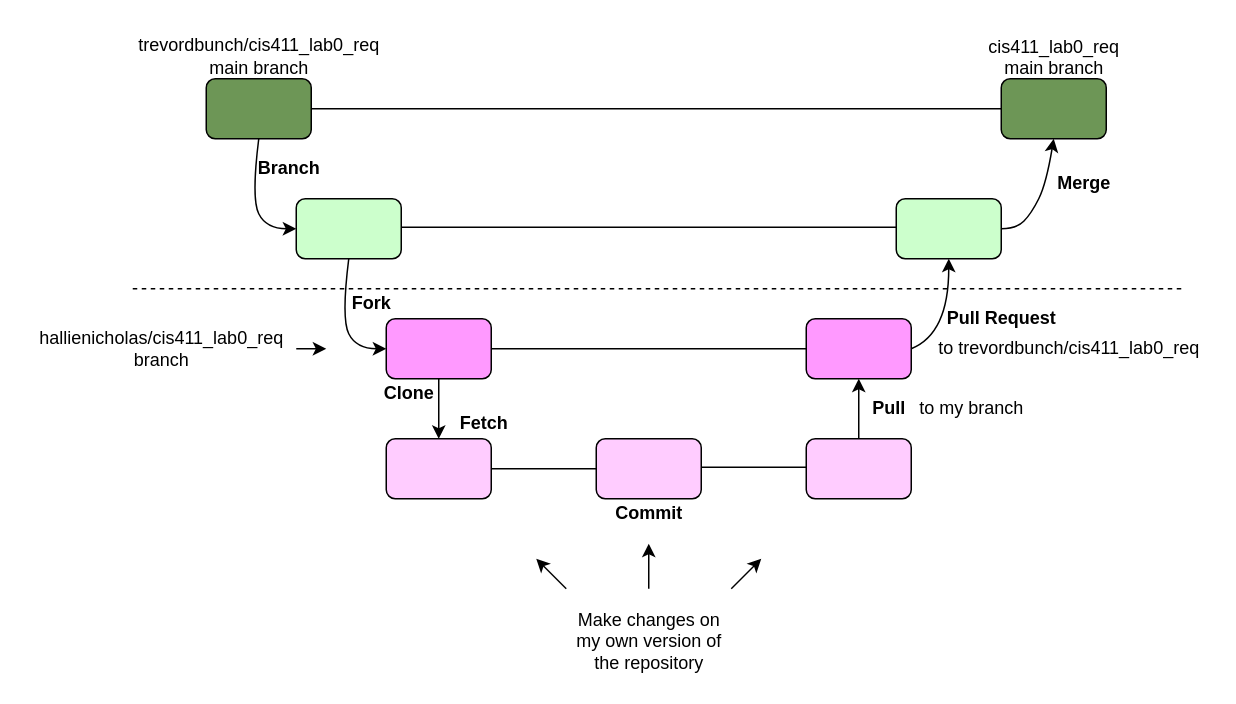
Above: labreports/extra_credit.drawio in trevordbunch/cis411_lab0_req (draw.io), before the change. Source tidied: cells renumbered, new cells numbered last; positions are measured from the earlier drawing's top-left corner, leaving out a move shared by most shapes. Both pictures are drawn from the tidied source at 150%, with x=0, y=0 at pixel (26, 26).
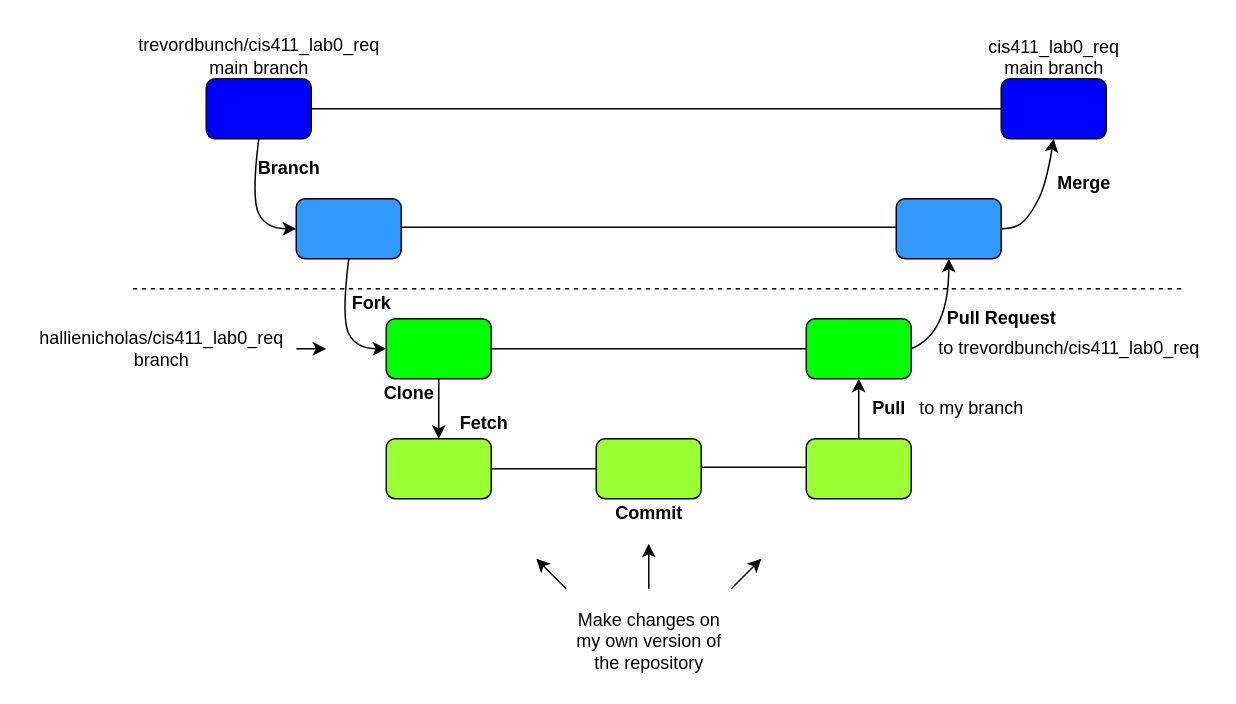
After the change.

The edit, as a diff of the source:
```diff
@@
-    <mxCell id="2" style="rounded=1;whiteSpace=wrap;html=1;fillColor=#6D9656;" parent="1" vertex="1">
+    <mxCell id="2" style="rounded=1;whiteSpace=wrap;html=1;fillColor=#0000FF;" parent="1" vertex="1">
       <mxGeometry x="120" y="35" width="70" height="40" as="geometry" />
     </mxCell>
-    <mxCell id="3" style="rounded=1;whiteSpace=wrap;html=1;fillColor=#CCFFCC;" parent="1" vertex="1">
+    <mxCell id="3" style="rounded=1;whiteSpace=wrap;html=1;fillColor=#3399FF;" parent="1" vertex="1">
       <mxGeometry x="180" y="115" width="70" height="40" as="geometry" />
     </mxCell>
@@
-    <mxCell id="5" style="rounded=1;whiteSpace=wrap;html=1;fillColor=#FF99FF;" parent="1" vertex="1">
+    <mxCell id="5" style="rounded=1;whiteSpace=wrap;html=1;fillColor=#00FF00;" parent="1" vertex="1">
       <mxGeometry x="240" y="195" width="70" height="40" as="geometry" />
     </mxCell>
-    <mxCell id="6" style="rounded=1;whiteSpace=wrap;html=1;fillColor=#FFCCFF;" parent="1" vertex="1">
+    <mxCell id="6" style="rounded=1;whiteSpace=wrap;html=1;fillColor=#99FF33;" parent="1" vertex="1">
       <mxGeometry x="240" y="275" width="70" height="40" as="geometry" />
     </mxCell>
-    <mxCell id="7" style="rounded=1;whiteSpace=wrap;html=1;fillColor=#FFCCFF;" parent="1" vertex="1">
+    <mxCell id="7" style="rounded=1;whiteSpace=wrap;html=1;fillColor=#99FF33;" parent="1" vertex="1">
       <mxGeometry x="380" y="275" width="70" height="40" as="geometry" />
     </mxCell>
@@
-    <mxCell id="9" style="rounded=1;whiteSpace=wrap;html=1;fillColor=#FFCCFF;" parent="1" vertex="1">
+    <mxCell id="9" style="rounded=1;whiteSpace=wrap;html=1;fillColor=#99ff33;" parent="1" vertex="1">
       <mxGeometry x="520" y="275" width="70" height="40" as="geometry" />
     </mxCell>
-    <mxCell id="10" style="rounded=1;whiteSpace=wrap;html=1;fillColor=#FF99FF;" parent="1" vertex="1">
+    <mxCell id="10" style="rounded=1;whiteSpace=wrap;html=1;fillColor=#00FF00;" parent="1" vertex="1">
       <mxGeometry x="520" y="195" width="70" height="40" as="geometry" />
     </mxCell>
-    <mxCell id="11" style="rounded=1;whiteSpace=wrap;html=1;fillColor=#CCFFCC;" parent="1" vertex="1">
+    <mxCell id="11" style="rounded=1;whiteSpace=wrap;html=1;fillColor=#3399FF;" parent="1" vertex="1">
       <mxGeometry x="580" y="115" width="70" height="40" as="geometry" />
     </mxCell>
-    <mxCell id="12" style="rounded=1;whiteSpace=wrap;html=1;fillColor=#6D9656;" parent="1" vertex="1">
+    <mxCell id="12" style="rounded=1;whiteSpace=wrap;html=1;fillColor=#0000FF;" parent="1" vertex="1">
       <mxGeometry x="650" y="35" width="70" height="40" as="geometry" />
     </mxCell>
```
